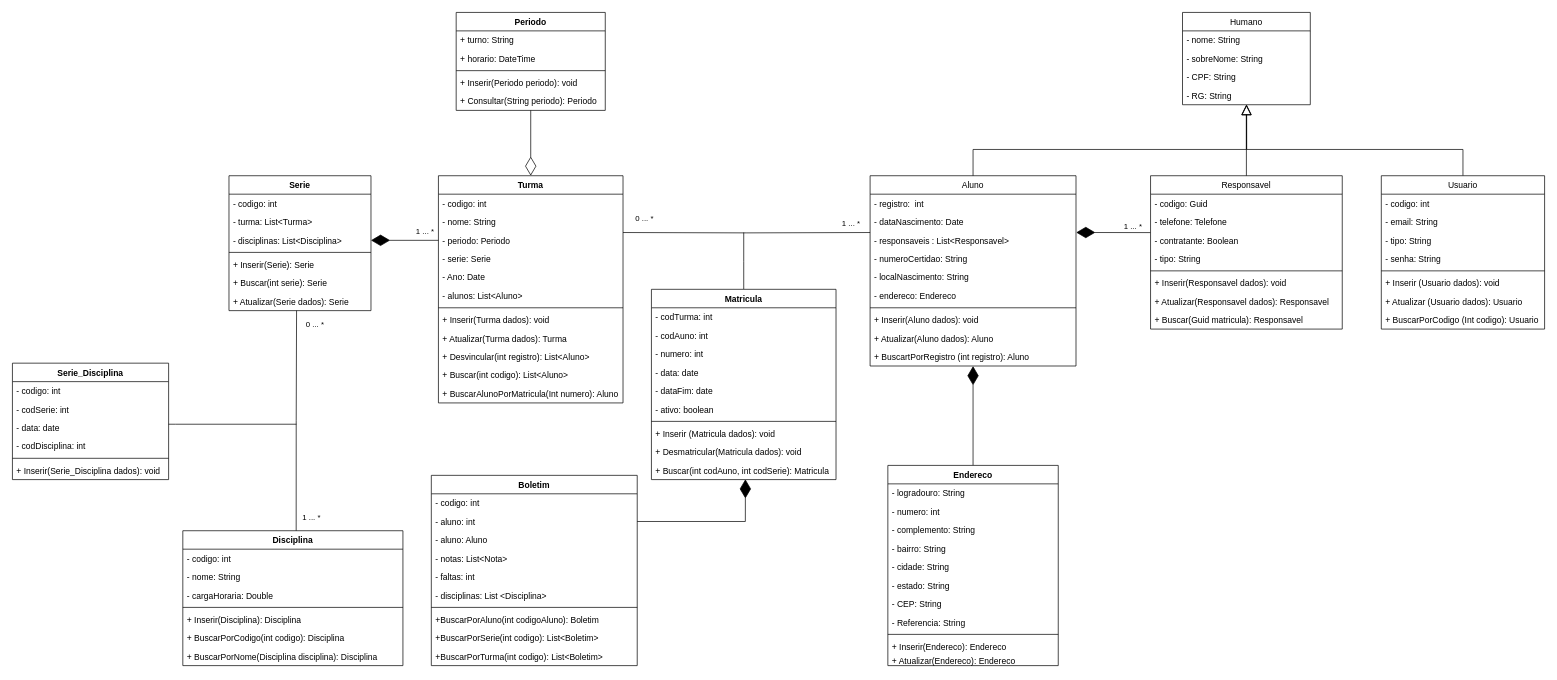
Earlier version of the draw.io diagram diagrama_de_classes-se.drawio (marlonbatista/SE). Source tidied: cells renumbered, new cells numbered last; positions are measured from the earlier drawing's top-left corner, leaving out a move shared by most shapes. Both pictures are drawn from the tidied source at 71%, with x=0, y=0 at pixel (12, 12).
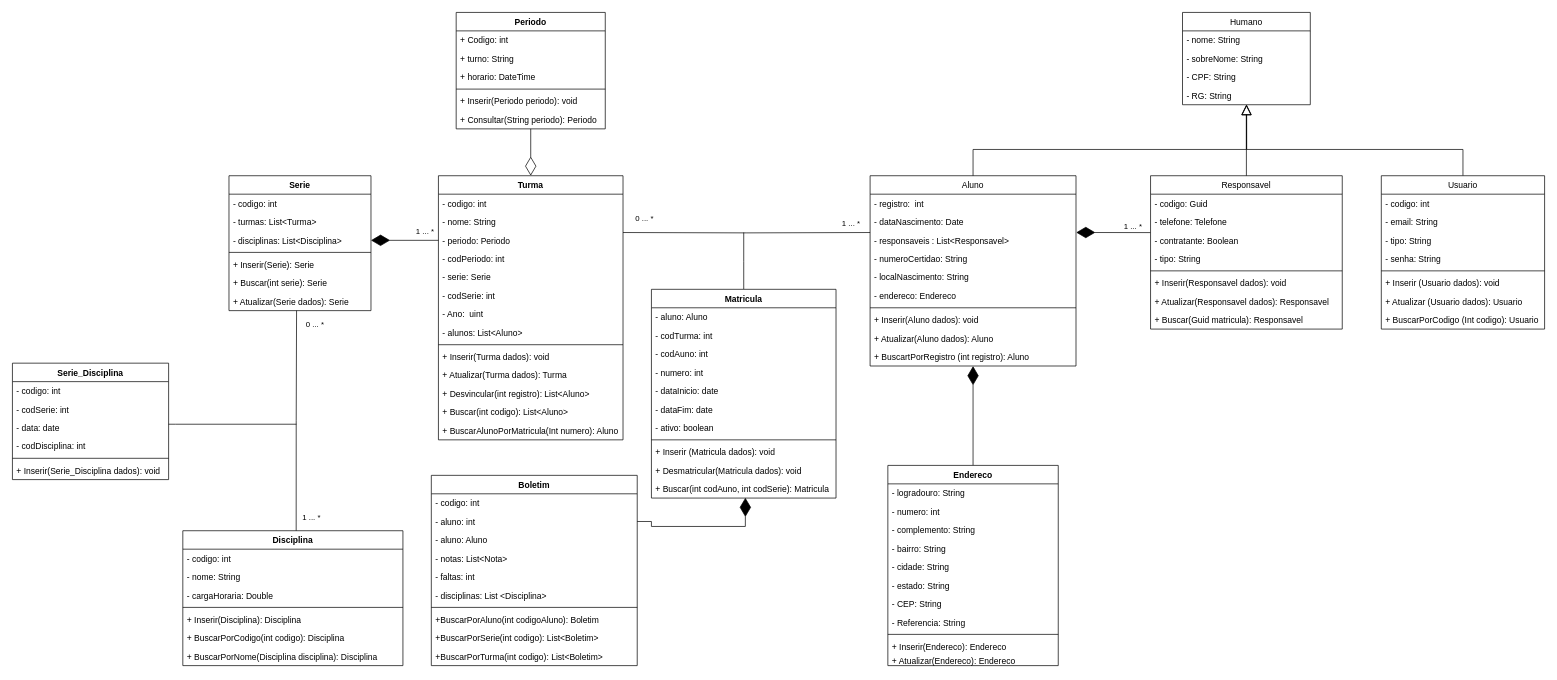
The same page after the edit.

The change refers to these unchanged cells:
```xml
<mxCell id="56" value="Serie" style="swimlane;fontStyle=1;align=center;verticalAlign=top;horizontal=1;startSize=26;" parent="1" vertex="1">
  <mxGeometry x="305" y="230" width="200" height="190" as="geometry" />
</mxCell>
```

The edit, as a diff of the source:
```diff
@@
-    <mxCell id="58" value="- turma: List&lt;Turma&gt;&#10;" style="text;strokeColor=none;fillColor=none;align=left;verticalAlign=top;spacingLeft=4;spacingRight=4;overflow=hidden;" parent="56" vertex="1">
+    <mxCell id="58" value="- turmas: List&lt;Turma&gt;&#10;" style="text;strokeColor=none;fillColor=none;align=left;verticalAlign=top;spacingLeft=4;spacingRight=4;overflow=hidden;" parent="56" vertex="1">
       <mxGeometry y="52" width="200" height="26" as="geometry" />
     </mxCell>
@@
     <mxCell id="64" value="Turma" style="swimlane;fontStyle=1;align=center;verticalAlign=top;horizontal=1;startSize=26;" parent="1" vertex="1">
-      <mxGeometry x="600" y="230" width="260" height="320" as="geometry" />
+      <mxGeometry x="600" y="230" width="260" height="372" as="geometry" />
     </mxCell>
@@
+    <mxCell id="132" value="- codPeriodo: int" style="text;strokeColor=none;fillColor=none;align=left;verticalAlign=top;spacingLeft=4;spacingRight=4;overflow=hidden;" parent="64" vertex="1">
+      <mxGeometry y="104" width="260" height="26" as="geometry" />
+    </mxCell>
     <mxCell id="68" value="- serie: Serie" style="text;strokeColor=none;fillColor=none;align=left;verticalAlign=top;spacingLeft=4;spacingRight=4;overflow=hidden;" parent="64" vertex="1">
-      <mxGeometry y="104" width="260" height="26" as="geometry" />
+      <mxGeometry y="130" width="260" height="26" as="geometry" />
     </mxCell>
+    <mxCell id="133" value="- codSerie: int" style="text;strokeColor=none;fillColor=none;align=left;verticalAlign=top;spacingLeft=4;spacingRight=4;overflow=hidden;" parent="64" vertex="1">
+      <mxGeometry y="156" width="260" height="26" as="geometry" />
+    </mxCell>
-    <mxCell id="69" value="- Ano: Date" style="text;strokeColor=none;fillColor=none;align=left;verticalAlign=top;spacingLeft=4;spacingRight=4;overflow=hidden;" parent="64" vertex="1">
-      <mxGeometry y="130" width="260" height="26" as="geometry" />
+    <mxCell id="69" value="- Ano:  uint" style="text;strokeColor=none;fillColor=none;align=left;verticalAlign=top;spacingLeft=4;spacingRight=4;overflow=hidden;" parent="64" vertex="1">
+      <mxGeometry y="182" width="260" height="26" as="geometry" />
     </mxCell>
     <mxCell id="70" value="- alunos: List&lt;Aluno&gt;" style="text;strokeColor=none;fillColor=none;align=left;verticalAlign=top;spacingLeft=4;spacingRight=4;overflow=hidden;" parent="64" vertex="1">
-      <mxGeometry y="156" width="260" height="26" as="geometry" />
+      <mxGeometry y="208" width="260" height="26" as="geometry" />
     </mxCell>
     <mxCell id="71" style="line;strokeWidth=1;fillColor=none;align=left;verticalAlign=middle;spacingTop=-1;spacingLeft=3;spacingRight=3;labelPosition=right;strokeColor=inherit;" parent="64" vertex="1">
-      <mxGeometry y="182" width="260" height="8" as="geometry" />
+      <mxGeometry y="234" width="260" height="8" as="geometry" />
     </mxCell>
     <mxCell id="72" value="+ Inserir(Turma dados): void" style="text;strokeColor=none;fillColor=none;align=left;verticalAlign=top;spacingLeft=4;spacingRight=4;overflow=hidden;" parent="64" vertex="1">
-      <mxGeometry y="190" width="260" height="26" as="geometry" />
+      <mxGeometry y="242" width="260" height="26" as="geometry" />
     </mxCell>
     <mxCell id="73" value="+ Atualizar(Turma dados): Turma&#10;" style="text;strokeColor=none;fillColor=none;align=left;verticalAlign=top;spacingLeft=4;spacingRight=4;overflow=hidden;" parent="64" vertex="1">
-      <mxGeometry y="216" width="260" height="26" as="geometry" />
+      <mxGeometry y="268" width="260" height="26" as="geometry" />
     </mxCell>
     <mxCell id="74" value="+ Desvincular(int registro): List&lt;Aluno&gt;&#10;" style="text;strokeColor=none;fillColor=none;align=left;verticalAlign=top;spacingLeft=4;spacingRight=4;overflow=hidden;" parent="64" vertex="1">
-      <mxGeometry y="242" width="260" height="26" as="geometry" />
+      <mxGeometry y="294" width="260" height="26" as="geometry" />
     </mxCell>
     <mxCell id="75" value="+ Buscar(int codigo): List&lt;Aluno&gt;&#10;" style="text;strokeColor=none;fillColor=none;align=left;verticalAlign=top;spacingLeft=4;spacingRight=4;overflow=hidden;" parent="64" vertex="1">
-      <mxGeometry y="268" width="260" height="26" as="geometry" />
+      <mxGeometry y="320" width="260" height="26" as="geometry" />
     </mxCell>
     <mxCell id="76" value="+ BuscarAlunoPorMatricula(Int numero): Aluno&#10;" style="text;strokeColor=none;fillColor=none;align=left;verticalAlign=top;spacingLeft=4;spacingRight=4;overflow=hidden;" parent="64" vertex="1">
-      <mxGeometry y="294" width="260" height="26" as="geometry" />
+      <mxGeometry y="346" width="260" height="26" as="geometry" />
     </mxCell>
@@
     <mxCell id="78" value="Matricula" style="swimlane;fontStyle=1;align=center;verticalAlign=top;horizontal=1;startSize=26;" parent="1" vertex="1">
-      <mxGeometry x="900" y="390" width="260" height="268" as="geometry" />
+      <mxGeometry x="900" y="390" width="260" height="294" as="geometry" />
     </mxCell>
+    <mxCell id="134" value="- aluno: Aluno" style="text;strokeColor=none;fillColor=none;align=left;verticalAlign=top;spacingLeft=4;spacingRight=4;overflow=hidden;" parent="78" vertex="1">
+      <mxGeometry y="26" width="260" height="26" as="geometry" />
+    </mxCell>
     <mxCell id="79" value="- codTurma: int" style="text;strokeColor=none;fillColor=none;align=left;verticalAlign=top;spacingLeft=4;spacingRight=4;overflow=hidden;" parent="78" vertex="1">
-      <mxGeometry y="26" width="260" height="26" as="geometry" />
+      <mxGeometry y="52" width="260" height="26" as="geometry" />
     </mxCell>
     <mxCell id="80" value="- codAuno: int" style="text;strokeColor=none;fillColor=none;align=left;verticalAlign=top;spacingLeft=4;spacingRight=4;overflow=hidden;" parent="78" vertex="1">
-      <mxGeometry y="52" width="260" height="26" as="geometry" />
+      <mxGeometry y="78" width="260" height="26" as="geometry" />
     </mxCell>
     <mxCell id="81" value="- numero: int" style="text;strokeColor=none;fillColor=none;align=left;verticalAlign=top;spacingLeft=4;spacingRight=4;overflow=hidden;" parent="78" vertex="1">
-      <mxGeometry y="78" width="260" height="26" as="geometry" />
+      <mxGeometry y="104" width="260" height="26" as="geometry" />
     </mxCell>
-    <mxCell id="82" value="- data: date" style="text;strokeColor=none;fillColor=none;align=left;verticalAlign=top;spacingLeft=4;spacingRight=4;overflow=hidden;" parent="78" vertex="1">
-      <mxGeometry y="104" width="260" height="26" as="geometry" />
+    <mxCell id="82" value="- dataInicio: date" style="text;strokeColor=none;fillColor=none;align=left;verticalAlign=top;spacingLeft=4;spacingRight=4;overflow=hidden;" parent="78" vertex="1">
+      <mxGeometry y="130" width="260" height="26" as="geometry" />
     </mxCell>
     <mxCell id="83" value="- dataFim: date" style="text;strokeColor=none;fillColor=none;align=left;verticalAlign=top;spacingLeft=4;spacingRight=4;overflow=hidden;" parent="78" vertex="1">
-      <mxGeometry y="130" width="260" height="26" as="geometry" />
+      <mxGeometry y="156" width="260" height="26" as="geometry" />
     </mxCell>
     <mxCell id="84" value="- ativo: boolean" style="text;strokeColor=none;fillColor=none;align=left;verticalAlign=top;spacingLeft=4;spacingRight=4;overflow=hidden;" parent="78" vertex="1">
-      <mxGeometry y="156" width="260" height="26" as="geometry" />
+      <mxGeometry y="182" width="260" height="26" as="geometry" />
     </mxCell>
     <mxCell id="85" style="line;strokeWidth=1;fillColor=none;align=left;verticalAlign=middle;spacingTop=-1;spacingLeft=3;spacingRight=3;labelPosition=right;strokeColor=inherit;" parent="78" vertex="1">
-      <mxGeometry y="182" width="260" height="8" as="geometry" />
+      <mxGeometry y="208" width="260" height="8" as="geometry" />
     </mxCell>
     <mxCell id="86" value="+ Inserir (Matricula dados): void" style="text;strokeColor=none;fillColor=none;align=left;verticalAlign=top;spacingLeft=4;spacingRight=4;overflow=hidden;" parent="78" vertex="1">
-      <mxGeometry y="190" width="260" height="26" as="geometry" />
+      <mxGeometry y="216" width="260" height="26" as="geometry" />
     </mxCell>
     <mxCell id="87" value="+ Desmatricular(Matricula dados): void" style="text;strokeColor=none;fillColor=none;align=left;verticalAlign=top;spacingLeft=4;spacingRight=4;overflow=hidden;" parent="78" vertex="1">
-      <mxGeometry y="216" width="260" height="26" as="geometry" />
+      <mxGeometry y="242" width="260" height="26" as="geometry" />
     </mxCell>
     <mxCell id="88" value="+ Buscar(int codAuno, int codSerie): Matricula" style="text;strokeColor=none;fillColor=none;align=left;verticalAlign=top;spacingLeft=4;spacingRight=4;overflow=hidden;points=[[0,0.5],[1,0.5]];portConstraint=eastwest;" parent="78" vertex="1">
-      <mxGeometry y="242" width="260" height="26" as="geometry" />
+      <mxGeometry y="268" width="260" height="26" as="geometry" />
     </mxCell>
@@
     <mxCell id="120" value="Periodo" style="swimlane;fontStyle=1;align=center;verticalAlign=top;horizontal=1;startSize=26;" parent="1" vertex="1">
-      <mxGeometry x="625" width="210" height="138" as="geometry" />
+      <mxGeometry x="625" width="210" height="164" as="geometry" />
     </mxCell>
-    <mxCell id="121" value="+ turno: String&#10;" style="text;strokeColor=none;fillColor=none;align=left;verticalAlign=top;spacingLeft=4;spacingRight=4;overflow=hidden;" parent="120" vertex="1">
+    <mxCell id="121" value="+ Codigo: int&#10;" style="text;strokeColor=none;fillColor=none;align=left;verticalAlign=top;spacingLeft=4;spacingRight=4;overflow=hidden;" parent="120" vertex="1">
       <mxGeometry y="26" width="210" height="26" as="geometry" />
     </mxCell>
+    <mxCell id="135" value="+ turno: String&#10;" style="text;strokeColor=none;fillColor=none;align=left;verticalAlign=top;spacingLeft=4;spacingRight=4;overflow=hidden;" parent="120" vertex="1">
+      <mxGeometry y="52" width="210" height="26" as="geometry" />
+    </mxCell>
     <mxCell id="122" value="+ horario: DateTime&#10;" style="text;strokeColor=none;fillColor=none;align=left;verticalAlign=top;spacingLeft=4;spacingRight=4;overflow=hidden;" parent="120" vertex="1">
-      <mxGeometry y="52" width="210" height="26" as="geometry" />
+      <mxGeometry y="78" width="210" height="26" as="geometry" />
     </mxCell>
     <mxCell id="123" style="line;strokeWidth=1;fillColor=none;align=left;verticalAlign=middle;spacingTop=-1;spacingLeft=3;spacingRight=3;labelPosition=right;strokeColor=inherit;" parent="120" vertex="1">
-      <mxGeometry y="78" width="210" height="8" as="geometry" />
+      <mxGeometry y="104" width="210" height="8" as="geometry" />
     </mxCell>
     <mxCell id="124" value="+ Inserir(Periodo periodo): void" style="text;strokeColor=none;fillColor=none;align=left;verticalAlign=top;spacingLeft=4;spacingRight=4;overflow=hidden;" parent="120" vertex="1">
-      <mxGeometry y="86" width="210" height="26" as="geometry" />
+      <mxGeometry y="112" width="210" height="26" as="geometry" />
     </mxCell>
     <mxCell id="125" value="+ Consultar(String periodo): Periodo" style="text;strokeColor=none;fillColor=none;align=left;verticalAlign=top;spacingLeft=4;spacingRight=4;overflow=hidden;" parent="120" vertex="1">
-      <mxGeometry y="112" width="210" height="26" as="geometry" />
+      <mxGeometry y="138" width="210" height="26" as="geometry" />
     </mxCell>
```
